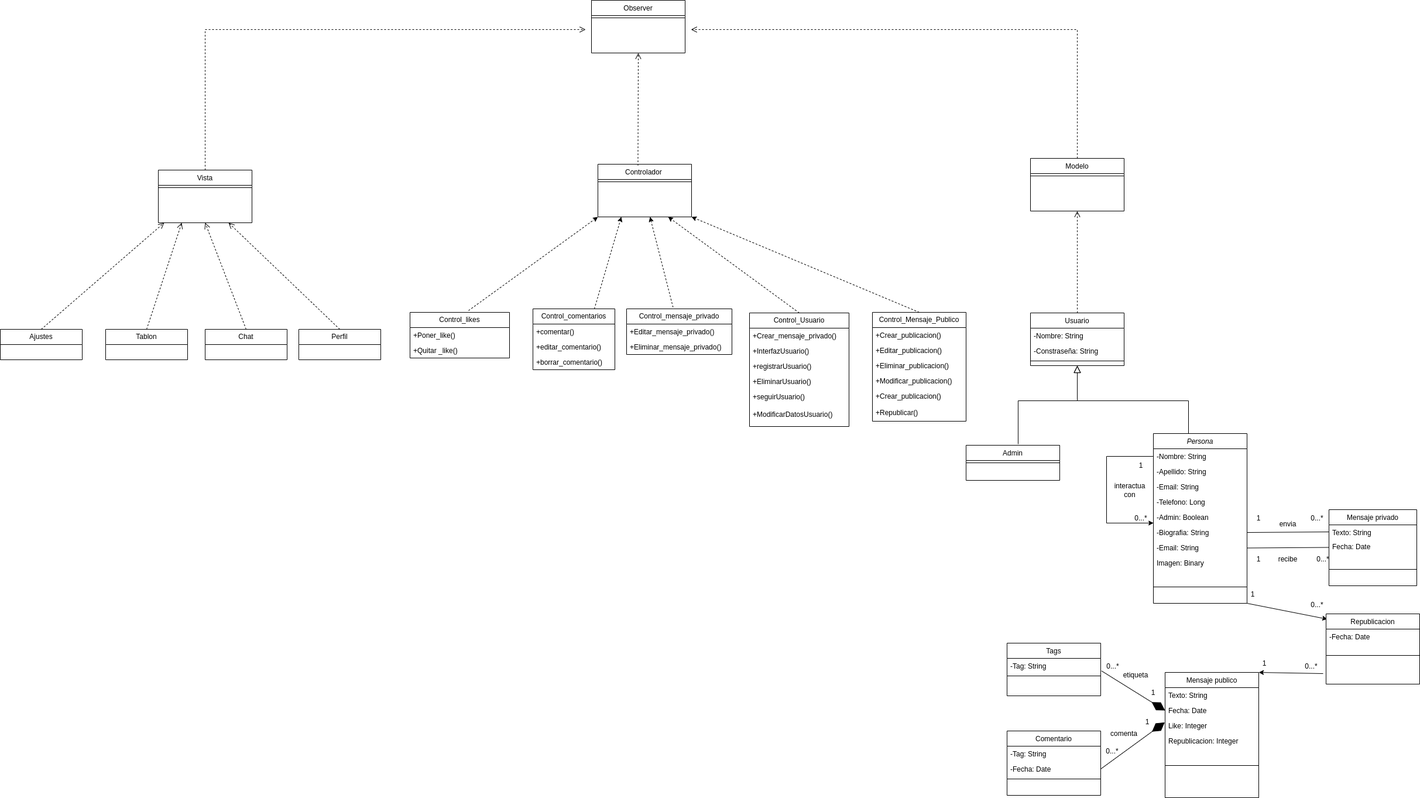
Before: 3_Practicas_Diseno/Diagramas_de_Clase_de_Diseño/diagrama de clases de diseño.drawio.png, a diagram exported from draw.io (Carla-Sofia-Centeleghe/Ingenieria_de_Software_2023). Source tidied: cells renumbered, new cells last; positions are measured from the earlier drawing's top-left corner, leaving out a move shared by most shapes.
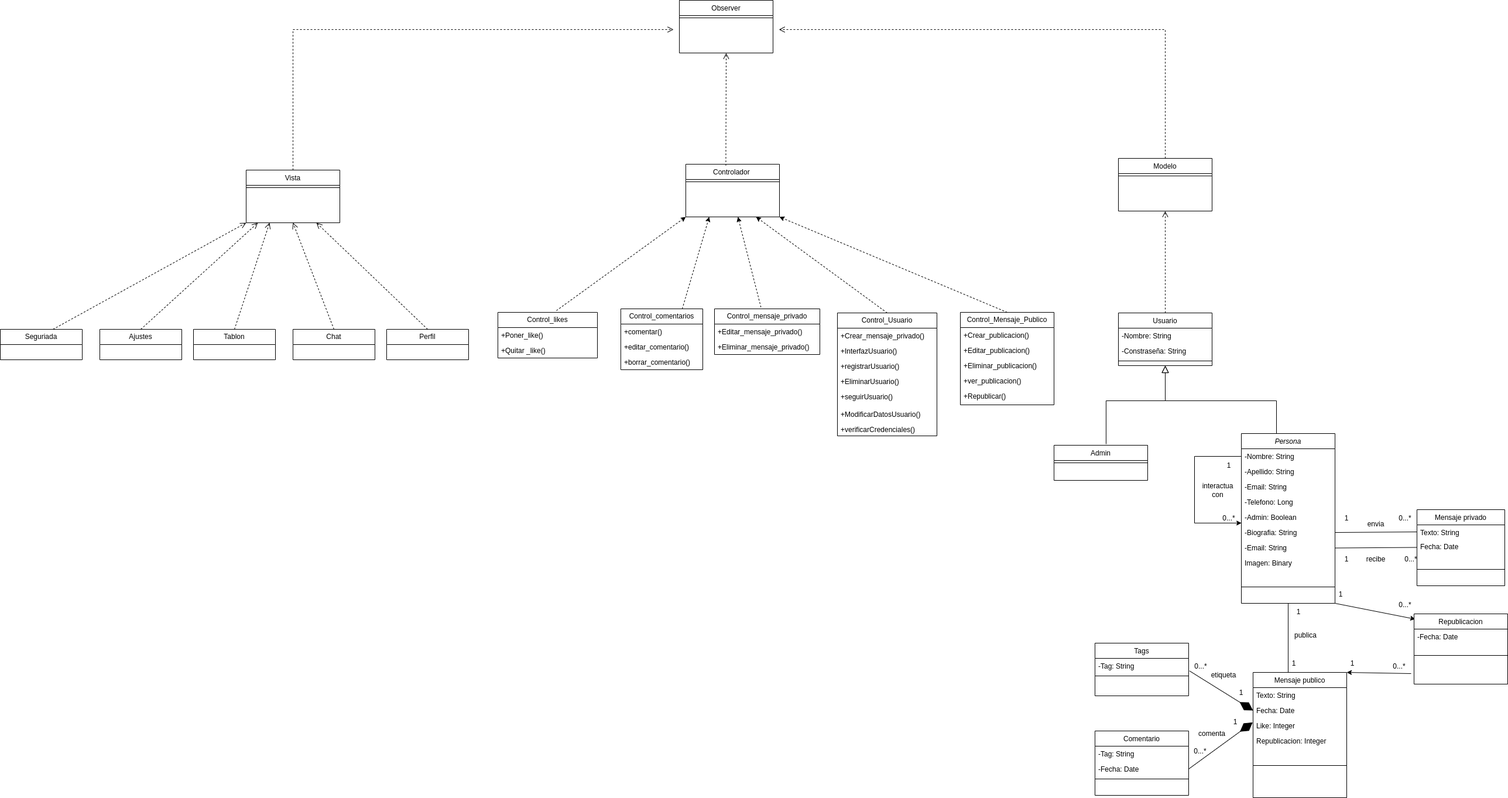
The same diagram one commit later.

Commit message:
replazo diagrama

The edit, as a diff of the source:
```diff
@@ -44,11 +44,11 @@
       <mxGeometry relative="1" as="geometry" />
     </mxCell>
     <mxCell id="15" value="Ajustes" style="swimlane;fontStyle=0;horizontal=1;startSize=26;fillColor=none;whiteSpace=wrap;html=1;" parent="1" vertex="1">
-      <mxGeometry y="655" width="140" height="52" as="geometry" />
+      <mxGeometry x="20" y="655" width="140" height="52" as="geometry" />
     </mxCell>
     <mxCell id="16" style="html=1;verticalAlign=bottom;endArrow=open;dashed=1;endSize=8;elbow=vertical;rounded=0;exitX=0.5;exitY=0;exitDx=0;exitDy=0;" parent="1" edge="1" source="15">
       <mxGeometry relative="1" as="geometry">
-        <mxPoint x="280" y="473" as="targetPoint" />
+        <mxPoint x="290" y="473" as="targetPoint" />
       </mxGeometry>
     </mxCell>
     <mxCell id="17" value="Usuario" style="swimlane;fontStyle=0;align=center;verticalAlign=top;horizontal=1;startSize=26;rounded=0;shadow=0;strokeWidth=1;" parent="1" vertex="1">
@@ -71,6 +71,9 @@
     <mxCell id="22" style="rounded=0;jettySize=auto;html=1;exitX=1;exitY=1;exitDx=0;exitDy=0;entryX=0.013;entryY=0.075;entryDx=0;entryDy=0;entryPerimeter=0;" parent="1" edge="1" source="23" target="57">
       <mxGeometry relative="1" as="geometry" />
     </mxCell>
+    <mxCell id="115" style="edgeStyle=orthogonalEdgeStyle;rounded=0;jettySize=auto;html=1;exitX=0.5;exitY=1;exitDx=0;exitDy=0;entryX=0.375;entryY=0.009;entryDx=0;entryDy=0;entryPerimeter=0;endArrow=none;endFill=0;" parent="1" edge="1" source="23" target="48">
+      <mxGeometry relative="1" as="geometry" />
+    </mxCell>
     <mxCell id="23" value="Persona" style="swimlane;fontStyle=2;align=center;verticalAlign=top;horizontal=1;startSize=26;rounded=0;shadow=0;strokeWidth=1;" parent="1" vertex="1">
       <mxGeometry x="1970" y="833" width="160" height="290" as="geometry" />
     </mxCell>
@@ -311,7 +314,7 @@
       <mxGeometry relative="1" as="geometry" />
     </mxCell>
     <mxCell id="88" value="Control_Usuario" style="swimlane;fontStyle=0;horizontal=1;startSize=26;fillColor=none;whiteSpace=wrap;html=1;" parent="1" vertex="1">
-      <mxGeometry x="1280" y="627" width="170" height="194" as="geometry" />
+      <mxGeometry x="1280" y="627" width="170" height="210" as="geometry" />
     </mxCell>
     <mxCell id="89" value="+Crear_mensaje_privado()        " style="text;strokeColor=none;fillColor=none;align=left;verticalAlign=top;spacingLeft=4;spacingRight=4;overflow=hidden;whiteSpace=wrap;html=1;" parent="88" vertex="1">
       <mxGeometry y="26" width="170" height="26" as="geometry" />
@@ -329,13 +332,13 @@
       <mxGeometry y="130" width="170" height="30" as="geometry" />
     </mxCell>
     <mxCell id="94" value="+ModificarDatosUsuario()        " style="text;strokeColor=none;fillColor=none;align=left;verticalAlign=top;spacingLeft=4;spacingRight=4;overflow=hidden;whiteSpace=wrap;html=1;" parent="88" vertex="1">
-      <mxGeometry y="160" width="170" height="34" as="geometry" />
+      <mxGeometry y="160" width="170" height="50" as="geometry" />
     </mxCell>
     <mxCell id="95" style="rounded=0;jettySize=auto;html=1;exitX=0.5;exitY=0;exitDx=0;exitDy=0;entryX=1;entryY=1;entryDx=0;entryDy=0;dashed=1;" parent="1" edge="1" source="96" target="3">
       <mxGeometry relative="1" as="geometry" />
     </mxCell>
     <mxCell id="96" value="Control_Mensaje_Publico" style="swimlane;fontStyle=0;horizontal=1;startSize=26;fillColor=none;whiteSpace=wrap;html=1;" parent="1" vertex="1">
-      <mxGeometry x="1490" y="626" width="160" height="186" as="geometry" />
+      <mxGeometry x="1490" y="626" width="160" height="158" as="geometry" />
     </mxCell>
     <mxCell id="97" value="+Crear_publicacion()        " style="text;strokeColor=none;fillColor=none;align=left;verticalAlign=top;spacingLeft=4;spacingRight=4;overflow=hidden;whiteSpace=wrap;html=1;" parent="96" vertex="1">
       <mxGeometry y="26" width="160" height="26" as="geometry" />
@@ -346,14 +349,11 @@
     <mxCell id="99" value="+Eliminar_publicacion()        " style="text;strokeColor=none;fillColor=none;align=left;verticalAlign=top;spacingLeft=4;spacingRight=4;overflow=hidden;whiteSpace=wrap;html=1;" parent="96" vertex="1">
       <mxGeometry y="78" width="160" height="26" as="geometry" />
     </mxCell>
-    <mxCell id="100" value="+Modificar_publicacion()        " style="text;strokeColor=none;fillColor=none;align=left;verticalAlign=top;spacingLeft=4;spacingRight=4;overflow=hidden;whiteSpace=wrap;html=1;" parent="96" vertex="1">
+    <mxCell id="100" value="+ver_publicacion()        " style="text;strokeColor=none;fillColor=none;align=left;verticalAlign=top;spacingLeft=4;spacingRight=4;overflow=hidden;whiteSpace=wrap;html=1;" parent="96" vertex="1">
       <mxGeometry y="104" width="160" height="26" as="geometry" />
     </mxCell>
-    <mxCell id="101" value="+Crear_publicacion()" style="text;strokeColor=none;fillColor=none;align=left;verticalAlign=top;spacingLeft=4;spacingRight=4;overflow=hidden;whiteSpace=wrap;html=1;" parent="96" vertex="1">
-      <mxGeometry y="130" width="160" height="28" as="geometry" />
-    </mxCell>
     <mxCell id="102" value="+Republicar()" style="text;strokeColor=none;fillColor=none;align=left;verticalAlign=top;spacingLeft=4;spacingRight=4;overflow=hidden;whiteSpace=wrap;html=1;" parent="96" vertex="1">
-      <mxGeometry y="158" width="160" height="28" as="geometry" />
+      <mxGeometry y="130" width="160" height="28" as="geometry" />
     </mxCell>
     <mxCell id="103" value="Control_mensaje_privado" style="swimlane;fontStyle=0;horizontal=1;startSize=26;fillColor=none;whiteSpace=wrap;html=1;" parent="1" vertex="1">
       <mxGeometry x="1070" y="620" width="180" height="78" as="geometry" />
@@ -393,5 +393,26 @@
         <mxPoint x="800" y="623" as="sourcePoint" />
       </mxGeometry>
     </mxCell>
+    <mxCell id="116" value="publica" style="text;html=1;strokeColor=none;fillColor=none;align=center;verticalAlign=middle;whiteSpace=wrap;rounded=0;" parent="1" vertex="1">
+      <mxGeometry x="2050" y="1163" width="60" height="30" as="geometry" />
+    </mxCell>
+    <mxCell id="117" value="1" style="text;html=1;strokeColor=none;fillColor=none;align=center;verticalAlign=middle;whiteSpace=wrap;rounded=0;" parent="1" vertex="1">
+      <mxGeometry x="2038" y="1123" width="60" height="30" as="geometry" />
+    </mxCell>
+    <mxCell id="118" value="1" style="text;html=1;strokeColor=none;fillColor=none;align=center;verticalAlign=middle;whiteSpace=wrap;rounded=0;" parent="1" vertex="1">
+      <mxGeometry x="2030" y="1211" width="60" height="30" as="geometry" />
+    </mxCell>
+    <mxCell id="119" value="+verificarCredenciales()" style="text;strokeColor=none;fillColor=none;align=left;verticalAlign=top;spacingLeft=4;spacingRight=4;overflow=hidden;whiteSpace=wrap;html=1;" parent="1" vertex="1">
+      <mxGeometry x="1280" y="813" width="170" height="20" as="geometry" />
+    </mxCell>
+    <mxCell id="120" value="Seguriada" style="swimlane;fontStyle=0;horizontal=1;startSize=26;fillColor=none;whiteSpace=wrap;html=1;" parent="1" vertex="1">
+      <mxGeometry x="-150" y="655" width="140" height="52" as="geometry" />
+    </mxCell>
+    <mxCell id="121" style="html=1;verticalAlign=bottom;endArrow=open;dashed=1;endSize=8;elbow=vertical;rounded=0;exitX=0.5;exitY=0;exitDx=0;exitDy=0;" parent="1" edge="1">
+      <mxGeometry relative="1" as="geometry">
+        <mxPoint x="-60" y="655" as="sourcePoint" />
+        <mxPoint x="270" y="473" as="targetPoint" />
+      </mxGeometry>
+    </mxCell>
   </root>
 </mxGraphModel>
```
